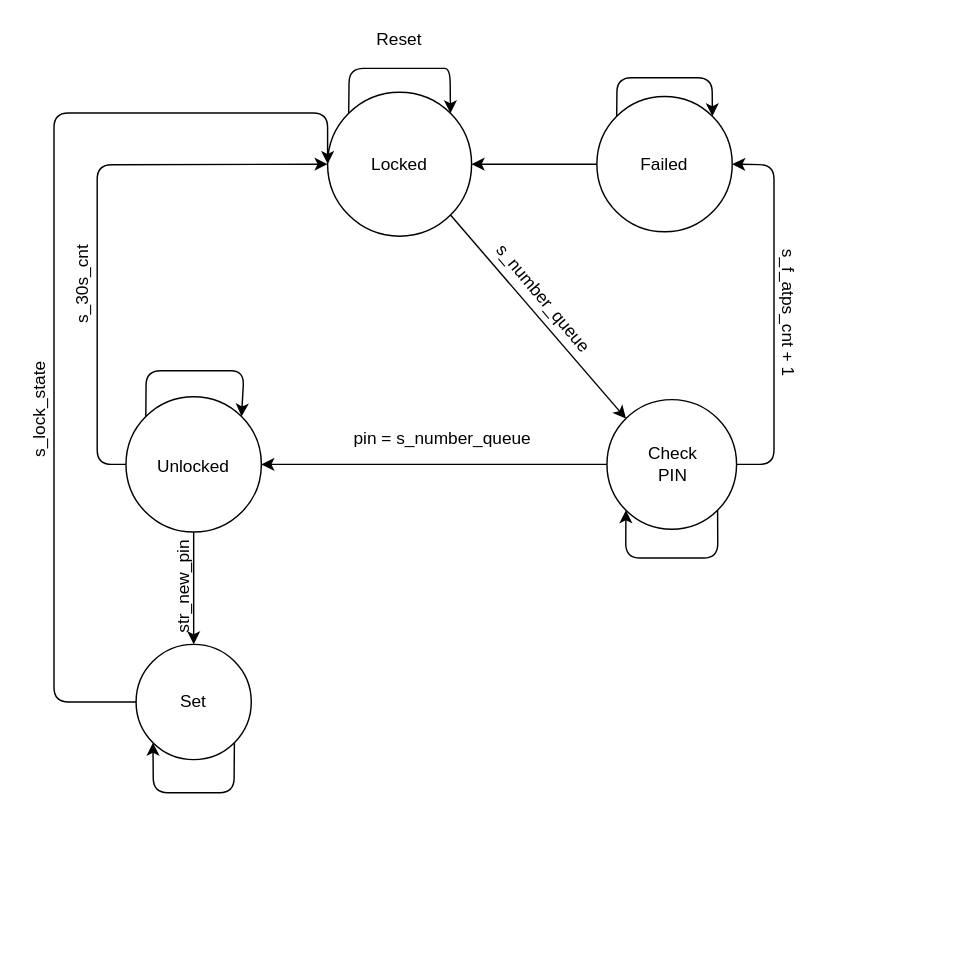
Above: img/state_machine.drawio in gkaretka/DE1-projekt (draw.io), before the change. Source tidied: cells renumbered, new cells numbered last; positions are measured from the earlier drawing's top-left corner, leaving out a move shared by most shapes. Both pictures are drawn from the tidied source at 144%, with x=0, y=0 at pixel (10, 24).
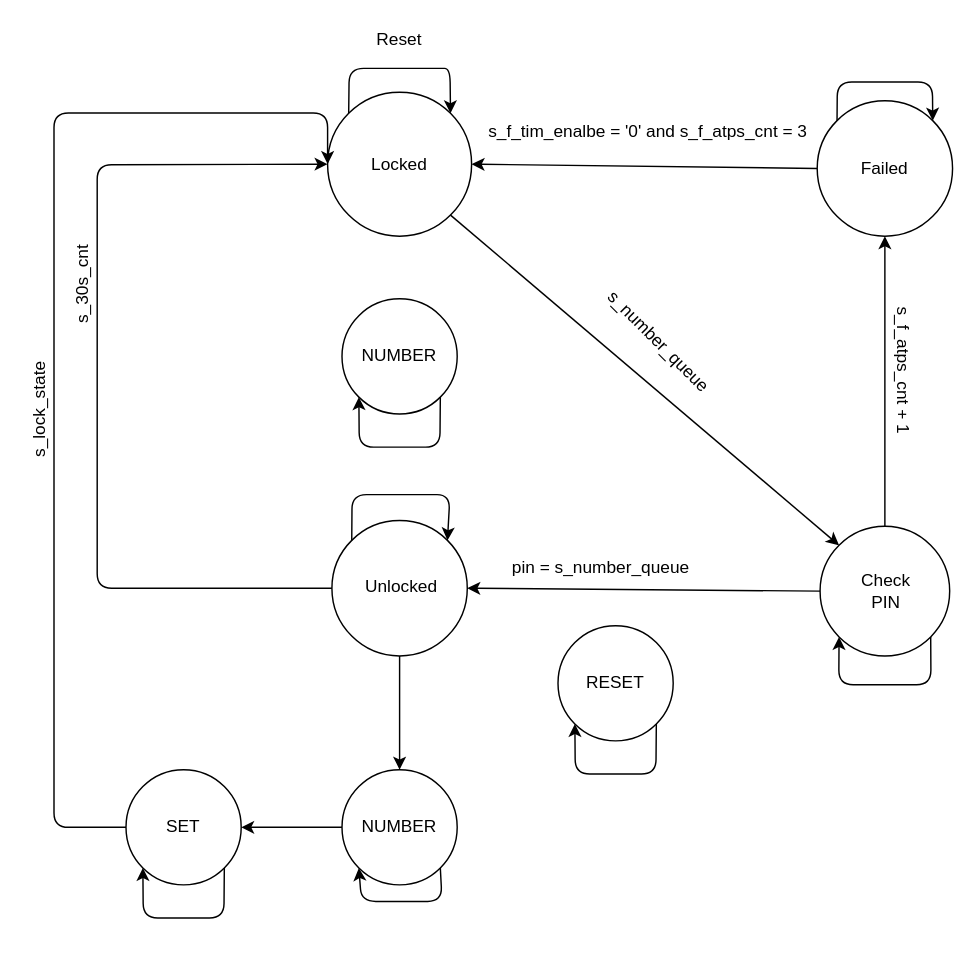
Above is the later version.

The change refers to these unchanged cells:
```xml
<mxCell id="2" style="ellipse;whiteSpace=wrap;html=1;" parent="1" vertex="1">
  <mxGeometry x="220" y="46.5" width="100" height="100" as="geometry" />
</mxCell>
```

What changed in the source:
```diff
@@
     <mxCell id="4" style="ellipse;whiteSpace=wrap;html=1;" parent="1" vertex="1">
-      <mxGeometry x="407" y="49.5" width="94" height="94" as="geometry" />
+      <mxGeometry x="560" y="52.5" width="94" height="94" as="geometry" />
     </mxCell>
     <mxCell id="5" value="Failed" style="text;html=1;strokeColor=none;fillColor=none;align=center;verticalAlign=middle;whiteSpace=wrap;rounded=0;" parent="1" vertex="1">
-      <mxGeometry x="434" y="86.5" width="40" height="20" as="geometry" />
+      <mxGeometry x="587" y="89.5" width="40" height="20" as="geometry" />
     </mxCell>
@@
+    <mxCell id="17" style="edgeStyle=orthogonalEdgeStyle;rounded=0;jettySize=auto;html=1;exitX=0.5;exitY=0;exitDx=0;exitDy=0;entryX=0.5;entryY=1;entryDx=0;entryDy=0;" parent="1" edge="1" source="7" target="4">
+      <mxGeometry relative="1" as="geometry" />
+    </mxCell>
     <mxCell id="7" style="ellipse;whiteSpace=wrap;html=1;" parent="1" vertex="1">
-      <mxGeometry x="414" y="260" width="90" height="90" as="geometry" />
+      <mxGeometry x="562" y="348" width="90" height="90" as="geometry" />
     </mxCell>
     <mxCell id="8" value="Check PIN" style="text;html=1;strokeColor=none;fillColor=none;align=center;verticalAlign=middle;whiteSpace=wrap;rounded=0;" parent="1" vertex="1">
-      <mxGeometry x="440" y="295" width="40" height="20" as="geometry" />
+      <mxGeometry x="588" y="383" width="40" height="20" as="geometry" />
     </mxCell>
+    <mxCell id="31" style="edgeStyle=orthogonalEdgeStyle;rounded=0;jettySize=auto;html=1;exitX=0.5;exitY=1;exitDx=0;exitDy=0;entryX=0.5;entryY=0;entryDx=0;entryDy=0;" parent="1" edge="1" source="9" target="34">
+      <mxGeometry relative="1" as="geometry" />
+    </mxCell>
     <mxCell id="9" style="ellipse;whiteSpace=wrap;html=1;" parent="1" vertex="1">
-      <mxGeometry x="80" y="258" width="94" height="94" as="geometry" />
+      <mxGeometry x="223" y="344" width="94" height="94" as="geometry" />
     </mxCell>
     <mxCell id="10" value="Unlocked" style="text;html=1;strokeColor=none;fillColor=none;align=center;verticalAlign=middle;whiteSpace=wrap;rounded=0;" parent="1" vertex="1">
-      <mxGeometry x="107" y="297" width="40" height="20" as="geometry" />
+      <mxGeometry x="250" y="383" width="43" height="13" as="geometry" />
     </mxCell>
     <mxCell id="11" style="endArrow=classic;html=1;exitX=0;exitY=0;exitDx=0;exitDy=0;entryX=1;entryY=0;entryDx=0;entryDy=0;" parent="1" edge="1" source="4" target="4">
       <mxGeometry relative="1" as="geometry">
         <Array as="points">
-          <mxPoint x="421" y="36.5" />
-          <mxPoint x="454" y="36.5" />
-          <mxPoint x="487" y="36.5" />
+          <mxPoint x="574" y="39.5" />
+          <mxPoint x="607" y="39.5" />
+          <mxPoint x="640" y="39.5" />
         </Array>
       </mxGeometry>
     </mxCell>
     <mxCell id="12" style="endArrow=classic;html=1;exitX=0;exitY=0;exitDx=0;exitDy=0;entryX=1;entryY=0;entryDx=0;entryDy=0;" parent="1" edge="1" source="9" target="9">
       <mxGeometry relative="1" as="geometry">
         <Array as="points">
-          <mxPoint x="94" y="240" />
-          <mxPoint x="134" y="240" />
-          <mxPoint x="162" y="240" />
+          <mxPoint x="237" y="326" />
+          <mxPoint x="277" y="326" />
+          <mxPoint x="305" y="326" />
         </Array>
       </mxGeometry>
     </mxCell>
@@
     <mxCell id="14" value="pin = s_number_queue" style="text;html=1;strokeColor=none;fillColor=none;align=center;verticalAlign=middle;whiteSpace=wrap;rounded=0;" parent="1" vertex="1">
-      <mxGeometry x="220" y="277" width="160" height="20" as="geometry" />
+      <mxGeometry x="330" y="367" width="160" height="20" as="geometry" />
     </mxCell>
     <mxCell id="15" value="s_f_atps_cnt + 1" style="text;html=1;strokeColor=none;fillColor=none;align=center;verticalAlign=middle;whiteSpace=wrap;rounded=0;rotation=90;" parent="1" vertex="1">
-      <mxGeometry x="490" y="190" width="100" height="20" as="geometry" />
+      <mxGeometry x="570" y="230" width="100" height="20" as="geometry" />
     </mxCell>
     <mxCell id="16" style="endArrow=classic;html=1;exitX=1;exitY=1;exitDx=0;exitDy=0;entryX=0;entryY=1;entryDx=0;entryDy=0;" parent="1" edge="1" source="7" target="7">
       <mxGeometry relative="1" as="geometry">
         <Array as="points">
-          <mxPoint x="491" y="370" />
-          <mxPoint x="459" y="370" />
-          <mxPoint x="427" y="370" />
+          <mxPoint x="639" y="458" />
+          <mxPoint x="607" y="458" />
+          <mxPoint x="575" y="458" />
         </Array>
       </mxGeometry>
     </mxCell>
-    <mxCell id="17" style="endArrow=classic;html=1;exitX=1;exitY=0.5;exitDx=0;exitDy=0;entryX=1;entryY=0.5;entryDx=0;entryDy=0;" parent="1" edge="1" source="7" target="4">
-      <mxGeometry relative="1" as="geometry">
-        <Array as="points">
-          <mxPoint x="530" y="305" />
-          <mxPoint x="530" y="200" />
-          <mxPoint x="530" y="97" />
-        </Array>
-      </mxGeometry>
-    </mxCell>
@@
     <mxCell id="20" style="endArrow=classic;html=1;exitX=0;exitY=0.5;exitDx=0;exitDy=0;entryX=0;entryY=0.5;entryDx=0;entryDy=0;" parent="1" edge="1" source="9" target="2">
       <mxGeometry relative="1" as="geometry">
         <Array as="points">
+          <mxPoint x="60" y="391" />
+          <mxPoint x="60" y="340" />
           <mxPoint x="60" y="305" />
           <mxPoint x="60" y="97" />
         </Array>
       </mxGeometry>
     </mxCell>
-    <mxCell id="21" value="s_number_queue" style="text;html=1;strokeColor=none;fillColor=none;align=center;verticalAlign=middle;whiteSpace=wrap;rounded=0;rotation=50;" parent="1" vertex="1">
-      <mxGeometry x="350" y="180" width="40" height="20" as="geometry" />
+    <mxCell id="21" value="s_number_queue" style="text;html=1;strokeColor=none;fillColor=none;align=center;verticalAlign=middle;whiteSpace=wrap;rounded=0;rotation=45;" parent="1" vertex="1">
+      <mxGeometry x="430" y="210" width="40" height="20" as="geometry" />
     </mxCell>
@@
     <mxCell id="24" style="ellipse;whiteSpace=wrap;html=1;" parent="1" vertex="1">
-      <mxGeometry x="87" y="430" width="80" height="80" as="geometry" />
+      <mxGeometry x="80" y="517" width="80" height="80" as="geometry" />
     </mxCell>
-    <mxCell id="25" value="Set" style="text;html=1;strokeColor=none;fillColor=none;align=center;verticalAlign=middle;whiteSpace=wrap;rounded=0;" parent="1" vertex="1">
-      <mxGeometry x="107" y="460" width="40" height="20" as="geometry" />
+    <mxCell id="25" value="SET" style="text;html=1;strokeColor=none;fillColor=none;align=center;verticalAlign=middle;whiteSpace=wrap;rounded=0;" parent="1" vertex="1">
+      <mxGeometry x="100" y="547" width="40" height="20" as="geometry" />
     </mxCell>
-    <mxCell id="26" style="endArrow=classic;html=1;exitX=0.5;exitY=1;exitDx=0;exitDy=0;entryX=0.5;entryY=0;entryDx=0;entryDy=0;" parent="1" edge="1" source="9" target="24">
-      <mxGeometry relative="1" as="geometry" />
-    </mxCell>
     <mxCell id="27" style="endArrow=classic;html=1;exitX=1;exitY=1;exitDx=0;exitDy=0;entryX=0;entryY=1;entryDx=0;entryDy=0;" parent="1" edge="1" source="24" target="24">
       <mxGeometry relative="1" as="geometry">
         <Array as="points">
-          <mxPoint x="155" y="533" />
-          <mxPoint x="99" y="533" />
+          <mxPoint x="148" y="620" />
+          <mxPoint x="92" y="620" />
         </Array>
       </mxGeometry>
     </mxCell>
-    <mxCell id="28" value="str_new_pin" style="text;html=1;strokeColor=none;fillColor=none;align=center;verticalAlign=middle;whiteSpace=wrap;rounded=0;rotation=-90;" parent="1" vertex="1">
-      <mxGeometry x="100" y="380" width="40" height="20" as="geometry" />
-    </mxCell>
     <mxCell id="29" style="endArrow=classic;html=1;exitX=0;exitY=0.5;exitDx=0;exitDy=0;entryX=0;entryY=0.5;entryDx=0;entryDy=0;" parent="1" edge="1" source="24" target="2">
       <mxGeometry relative="1" as="geometry">
         <Array as="points">
+          <mxPoint x="30" y="557" />
           <mxPoint x="30" y="470" />
           <mxPoint x="30" y="61" />
           <mxPoint x="220" y="61" />
         </Array>
       </mxGeometry>
     </mxCell>
@@
+    <mxCell id="32" value="s_f_tim_enalbe = '0' and s_f_atps_cnt = 3" style="text;whiteSpace=wrap;html=1;" parent="1" vertex="1">
+      <mxGeometry x="330" y="59.5" width="250" height="30" as="geometry" />
+    </mxCell>
+    <mxCell id="33" style="edgeStyle=orthogonalEdgeStyle;rounded=0;jettySize=auto;html=1;exitX=0;exitY=0.5;exitDx=0;exitDy=0;entryX=1;entryY=0.5;entryDx=0;entryDy=0;" parent="1" edge="1" source="34" target="24">
+      <mxGeometry relative="1" as="geometry" />
+    </mxCell>
+    <mxCell id="34" style="ellipse;whiteSpace=wrap;html=1;" parent="1" vertex="1">
+      <mxGeometry x="230" y="517" width="80" height="80" as="geometry" />
+    </mxCell>
+    <mxCell id="35" value="NUMBER" style="text;html=1;strokeColor=none;fillColor=none;align=center;verticalAlign=middle;whiteSpace=wrap;rounded=0;" parent="1" vertex="1">
+      <mxGeometry x="250" y="547" width="40" height="20" as="geometry" />
+    </mxCell>
+    <mxCell id="36" style="endArrow=classic;html=1;exitX=1;exitY=1;exitDx=0;exitDy=0;entryX=0;entryY=1;entryDx=0;entryDy=0;" parent="1" edge="1" source="34" target="34">
+      <mxGeometry relative="1" as="geometry">
+        <Array as="points">
+          <mxPoint x="299.5" y="608.5" />
+          <mxPoint x="243.5" y="608.5" />
+        </Array>
+      </mxGeometry>
+    </mxCell>
+    <mxCell id="37" style="ellipse;whiteSpace=wrap;html=1;" parent="1" vertex="1">
+      <mxGeometry x="380" y="417" width="80" height="80" as="geometry" />
+    </mxCell>
+    <mxCell id="38" value="RESET" style="text;html=1;strokeColor=none;fillColor=none;align=center;verticalAlign=middle;whiteSpace=wrap;rounded=0;" parent="1" vertex="1">
+      <mxGeometry x="400" y="447" width="40" height="20" as="geometry" />
+    </mxCell>
+    <mxCell id="39" style="endArrow=classic;html=1;exitX=1;exitY=1;exitDx=0;exitDy=0;entryX=0;entryY=1;entryDx=0;entryDy=0;" parent="1" edge="1" source="37" target="37">
+      <mxGeometry relative="1" as="geometry">
+        <Array as="points">
+          <mxPoint x="448" y="520" />
+          <mxPoint x="392" y="520" />
+        </Array>
+      </mxGeometry>
+    </mxCell>
+    <mxCell id="40" style="edgeStyle=orthogonalEdgeStyle;rounded=0;orthogonalLoop=1;jettySize=auto;html=1;exitX=0.5;exitY=1;exitDx=0;exitDy=0;" parent="1" edge="1" source="35" target="35">
+      <mxGeometry relative="1" as="geometry" />
+    </mxCell>
+    <mxCell id="41" style="ellipse;whiteSpace=wrap;html=1;" parent="1" vertex="1">
+      <mxGeometry x="230" y="190" width="80" height="80" as="geometry" />
+    </mxCell>
+    <mxCell id="42" value="NUMBER" style="text;html=1;strokeColor=none;fillColor=none;align=center;verticalAlign=middle;whiteSpace=wrap;rounded=0;" parent="1" vertex="1">
+      <mxGeometry x="250" y="220" width="40" height="20" as="geometry" />
+    </mxCell>
+    <mxCell id="43" style="endArrow=classic;html=1;exitX=1;exitY=1;exitDx=0;exitDy=0;entryX=0;entryY=1;entryDx=0;entryDy=0;" parent="1" edge="1" source="41" target="41">
+      <mxGeometry relative="1" as="geometry">
+        <Array as="points">
+          <mxPoint x="298" y="293" />
+          <mxPoint x="242" y="293" />
+        </Array>
+      </mxGeometry>
+    </mxCell>
+    <mxCell id="44" style="edgeStyle=orthogonalEdgeStyle;rounded=0;orthogonalLoop=1;jettySize=auto;html=1;exitX=0.5;exitY=1;exitDx=0;exitDy=0;" parent="1" edge="1" source="42" target="42">
+      <mxGeometry relative="1" as="geometry" />
+    </mxCell>
```
